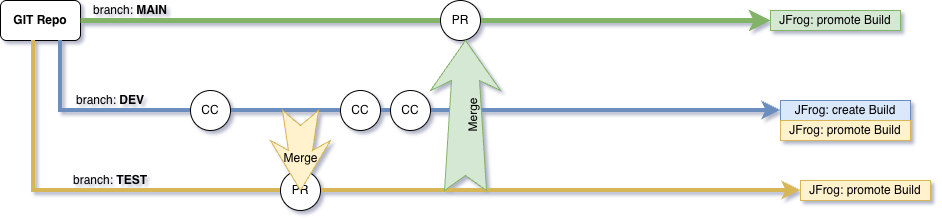
ps-jfrog/PRbuildPromote keeps this draw.io diagram as images/source.png. Above is the earlier version. Source tidied: cells renumbered, new cells last; positions are measured from the earlier drawing's top-left corner, leaving out a move shared by most shapes.
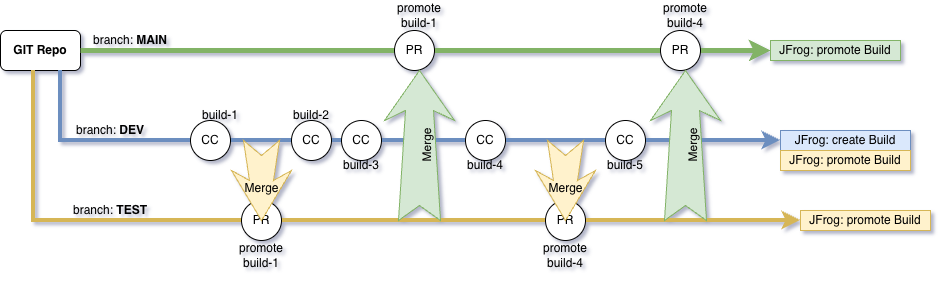
Later version of the same file.

Commit message:
flow diagram update

The edit, as a diff of the source:
```diff
@@ -2,13 +2,17 @@
   <root>
     <mxCell id="0" />
     <mxCell id="1" parent="0" />
+    <mxCell id="22" style="edgeStyle=orthogonalEdgeStyle;rounded=0;jettySize=auto;html=1;fillColor=#dae8fc;strokeColor=#6c8ebf;strokeWidth=4;endArrow=none;endFill=0;" parent="1" edge="1" target="27">
+      <mxGeometry relative="1" as="geometry">
+        <mxPoint x="60" y="110" as="sourcePoint" />
+        <Array as="points">
+          <mxPoint x="60" y="110" />
+        </Array>
+      </mxGeometry>
+    </mxCell>
-    <mxCell id="2" style="edgeStyle=orthogonalEdgeStyle;rounded=0;jettySize=auto;html=1;exitX=0.75;exitY=1;exitDx=0;exitDy=0;fillColor=#dae8fc;strokeColor=#6c8ebf;strokeWidth=4;" parent="1" edge="1" source="18">
+    <mxCell id="2" style="edgeStyle=orthogonalEdgeStyle;rounded=0;jettySize=auto;html=1;fillColor=#dae8fc;strokeColor=#6c8ebf;strokeWidth=4;" parent="1" edge="1" source="27">
       <mxGeometry relative="1" as="geometry">
         <mxPoint x="780" y="110" as="targetPoint" />
-        <Array as="points">
-          <mxPoint x="60" y="110" />
-          <mxPoint x="590" y="110" />
-        </Array>
       </mxGeometry>
     </mxCell>
     <mxCell id="3" style="edgeStyle=orthogonalEdgeStyle;rounded=0;jettySize=auto;html=1;fillColor=#d5e8d4;strokeColor=#82b366;strokeWidth=5;" parent="1" edge="1" source="20">
@@ -50,13 +54,13 @@
       </mxGeometry>
     </mxCell>
     <mxCell id="13" value="PR" style="ellipse;whiteSpace=wrap;html=1;" parent="1" vertex="1">
-      <mxGeometry x="280" y="170" width="40" height="40" as="geometry" />
+      <mxGeometry x="241" y="170" width="40" height="40" as="geometry" />
     </mxCell>
     <mxCell id="14" value="&lt;div&gt;&lt;br&gt;&lt;/div&gt;Merge" style="html=1;shadow=0;dashed=0;align=center;verticalAlign=middle;shape=mxgraph.arrows2.stylisedArrow;dy=0.6;dx=40;notch=15;feather=0.4;rotation=90;horizontal=0;fillColor=#fff2cc;strokeColor=#d6b656;" parent="1" vertex="1">
-      <mxGeometry x="260" y="120" width="80" height="60" as="geometry" />
+      <mxGeometry x="221" y="120" width="80" height="60" as="geometry" />
     </mxCell>
     <mxCell id="15" value="CC" style="ellipse;whiteSpace=wrap;html=1;" parent="1" vertex="1">
-      <mxGeometry x="340" y="90" width="40" height="40" as="geometry" />
+      <mxGeometry x="291" y="90" width="40" height="40" as="geometry" />
     </mxCell>
     <mxCell id="16" value="CC" style="ellipse;whiteSpace=wrap;html=1;" parent="1" vertex="1">
       <mxGeometry x="190" y="90" width="40" height="40" as="geometry" />
@@ -70,16 +74,64 @@
       </mxGeometry>
     </mxCell>
     <mxCell id="18" value="CC" style="ellipse;whiteSpace=wrap;html=1;" parent="1" vertex="1">
-      <mxGeometry x="390" y="90" width="40" height="40" as="geometry" />
+      <mxGeometry x="341" y="90" width="40" height="40" as="geometry" />
     </mxCell>
     <mxCell id="19" style="edgeStyle=orthogonalEdgeStyle;rounded=0;jettySize=auto;html=1;fillColor=#d5e8d4;strokeColor=#82b366;strokeWidth=5;endArrow=none;endFill=0;" parent="1" edge="1" source="4" target="20">
       <mxGeometry relative="1" as="geometry" />
     </mxCell>
     <mxCell id="20" value="PR" style="ellipse;whiteSpace=wrap;html=1;" parent="1" vertex="1">
-      <mxGeometry x="440" width="40" height="40" as="geometry" />
+      <mxGeometry x="394" width="40" height="40" as="geometry" />
     </mxCell>
     <mxCell id="21" value="&lt;div&gt;&lt;br&gt;&lt;/div&gt;Merge" style="html=1;shadow=0;dashed=0;align=center;verticalAlign=middle;shape=mxgraph.arrows2.stylisedArrow;dy=0.6;dx=40;notch=15;feather=0.4;rotation=-90;horizontal=1;fillColor=#d5e8d4;strokeColor=#82b366;" parent="1" vertex="1">
-      <mxGeometry x="390" y="80" width="150" height="70" as="geometry" />
+      <mxGeometry x="344" y="80" width="150" height="70" as="geometry" />
     </mxCell>
+    <mxCell id="23" value="build-1" style="text;html=1;whiteSpace=wrap;strokeColor=none;fillColor=none;align=center;verticalAlign=middle;rounded=0;" parent="1" vertex="1">
+      <mxGeometry x="190" y="70" width="60" height="30" as="geometry" />
+    </mxCell>
+    <mxCell id="24" value="promote build-1" style="text;html=1;whiteSpace=wrap;strokeColor=none;fillColor=none;align=center;verticalAlign=middle;rounded=0;" parent="1" vertex="1">
+      <mxGeometry x="231" y="210" width="60" height="30" as="geometry" />
+    </mxCell>
+    <mxCell id="25" value="build-2" style="text;html=1;whiteSpace=wrap;strokeColor=none;fillColor=none;align=center;verticalAlign=middle;rounded=0;" parent="1" vertex="1">
+      <mxGeometry x="281" y="70" width="60" height="30" as="geometry" />
+    </mxCell>
+    <mxCell id="26" value="build-3" style="text;html=1;whiteSpace=wrap;strokeColor=none;fillColor=none;align=center;verticalAlign=middle;rounded=0;" parent="1" vertex="1">
+      <mxGeometry x="331" y="120" width="60" height="30" as="geometry" />
+    </mxCell>
+    <mxCell id="27" value="CC" style="ellipse;whiteSpace=wrap;html=1;" parent="1" vertex="1">
+      <mxGeometry x="465" y="90" width="40" height="40" as="geometry" />
+    </mxCell>
+    <mxCell id="28" value="build-4" style="text;html=1;whiteSpace=wrap;strokeColor=none;fillColor=none;align=center;verticalAlign=middle;rounded=0;" parent="1" vertex="1">
+      <mxGeometry x="455" y="120" width="60" height="30" as="geometry" />
+    </mxCell>
+    <mxCell id="29" value="PR" style="ellipse;whiteSpace=wrap;html=1;" parent="1" vertex="1">
+      <mxGeometry x="545" y="170" width="40" height="40" as="geometry" />
+    </mxCell>
+    <mxCell id="30" value="&lt;div&gt;&lt;br&gt;&lt;/div&gt;Merge" style="html=1;shadow=0;dashed=0;align=center;verticalAlign=middle;shape=mxgraph.arrows2.stylisedArrow;dy=0.6;dx=40;notch=15;feather=0.4;rotation=90;horizontal=0;fillColor=#fff2cc;strokeColor=#d6b656;" parent="1" vertex="1">
+      <mxGeometry x="525" y="120" width="80" height="60" as="geometry" />
+    </mxCell>
+    <mxCell id="31" value="promote build-4" style="text;html=1;whiteSpace=wrap;strokeColor=none;fillColor=none;align=center;verticalAlign=middle;rounded=0;" parent="1" vertex="1">
+      <mxGeometry x="535" y="210" width="60" height="30" as="geometry" />
+    </mxCell>
+    <mxCell id="32" value="promote build-1" style="text;html=1;whiteSpace=wrap;strokeColor=none;fillColor=none;align=center;verticalAlign=middle;rounded=0;" parent="1" vertex="1">
+      <mxGeometry x="389" y="-30" width="60" height="30" as="geometry" />
+    </mxCell>
+    <mxCell id="33" style="group;" parent="1" vertex="1">
+      <mxGeometry x="605" y="90" width="40" height="60" as="geometry" />
+    </mxCell>
+    <mxCell id="34" value="CC" style="ellipse;whiteSpace=wrap;html=1;" parent="33" vertex="1">
+      <mxGeometry width="40" height="40" as="geometry" />
+    </mxCell>
+    <mxCell id="35" value="build-5" style="text;html=1;whiteSpace=wrap;strokeColor=none;fillColor=none;align=center;verticalAlign=middle;rounded=0;" parent="33" vertex="1">
+      <mxGeometry y="30" width="40" height="30" as="geometry" />
+    </mxCell>
+    <mxCell id="36" value="PR" style="ellipse;whiteSpace=wrap;html=1;" parent="1" vertex="1">
+      <mxGeometry x="660" width="40" height="40" as="geometry" />
+    </mxCell>
+    <mxCell id="37" value="&lt;div&gt;&lt;br&gt;&lt;/div&gt;Merge" style="html=1;shadow=0;dashed=0;align=center;verticalAlign=middle;shape=mxgraph.arrows2.stylisedArrow;dy=0.6;dx=40;notch=15;feather=0.4;rotation=-90;horizontal=1;fillColor=#d5e8d4;strokeColor=#82b366;" parent="1" vertex="1">
+      <mxGeometry x="610" y="80" width="150" height="70" as="geometry" />
+    </mxCell>
+    <mxCell id="38" value="promote build-4" style="text;html=1;whiteSpace=wrap;strokeColor=none;fillColor=none;align=center;verticalAlign=middle;rounded=0;" parent="1" vertex="1">
+      <mxGeometry x="655" y="-30" width="60" height="30" as="geometry" />
+    </mxCell>
   </root>
 </mxGraphModel>
```
